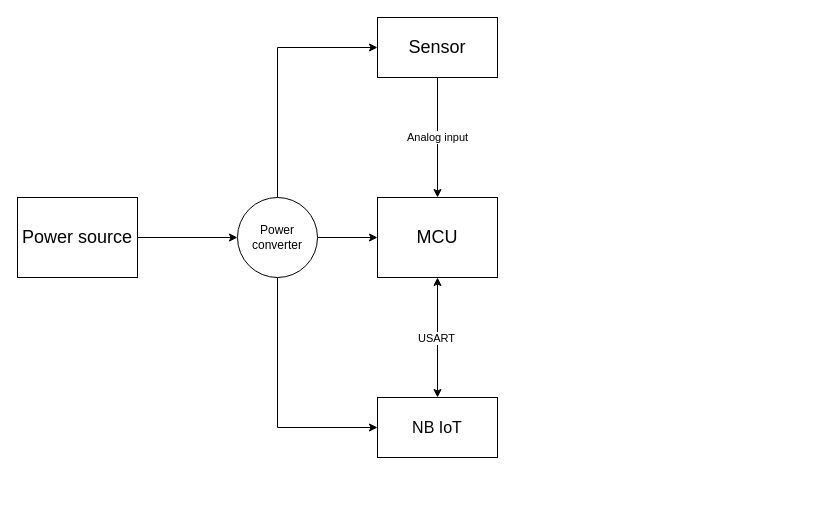
The draw.io diagram Project_overall.drawio in K2ayzz/ForDrawIO, before the edit. Source tidied: cells renumbered, new cells numbered last; positions are measured from the earlier drawing's top-left corner, leaving out a move shared by most shapes. Both pictures are drawn from the tidied source at 100%, with x=0, y=0 at pixel (17, 17).
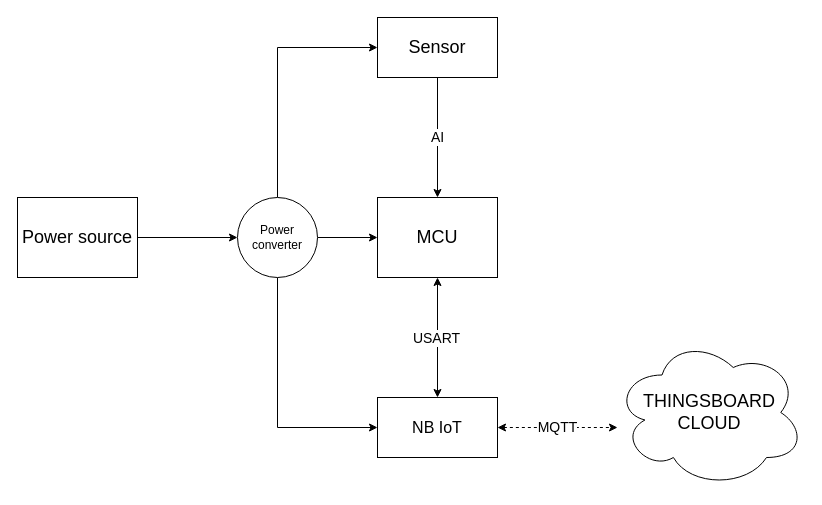
After the change.

Commit message (it also covers changes not shown here):
Cập nhật Project_overall.drawio

Diff of the diagram source:
```diff
@@
 <mxGraphModel>
   <root>
     <mxCell id="0" />
     <mxCell id="1" parent="0" />
     <mxCell id="2" style="edgeStyle=orthogonalEdgeStyle;rounded=0;jettySize=auto;html=1;" parent="1" edge="1" source="3" target="7">
       <mxGeometry relative="1" as="geometry" />
     </mxCell>
     <mxCell id="3" value="&lt;font style=&quot;font-size: 18px;&quot;&gt;Power source&lt;/font&gt;" style="rounded=0;whiteSpace=wrap;html=1;" parent="1" vertex="1">
       <mxGeometry y="180" width="120" height="80" as="geometry" />
     </mxCell>
     <mxCell id="4" style="edgeStyle=orthogonalEdgeStyle;rounded=0;jettySize=auto;html=1;exitX=0.5;exitY=0;exitDx=0;exitDy=0;" parent="1" edge="1" source="7" target="8">
       <mxGeometry relative="1" as="geometry">
         <Array as="points">
           <mxPoint x="260" y="30" />
         </Array>
       </mxGeometry>
     </mxCell>
     <mxCell id="5" style="edgeStyle=orthogonalEdgeStyle;rounded=0;jettySize=auto;html=1;" parent="1" edge="1" source="7" target="9">
       <mxGeometry relative="1" as="geometry" />
     </mxCell>
     <mxCell id="6" style="edgeStyle=orthogonalEdgeStyle;rounded=0;jettySize=auto;html=1;exitX=0.5;exitY=1;exitDx=0;exitDy=0;entryX=0;entryY=0.5;entryDx=0;entryDy=0;" parent="1" edge="1" source="7" target="10">
       <mxGeometry relative="1" as="geometry" />
     </mxCell>
     <mxCell id="7" value="Power converter" style="ellipse;whiteSpace=wrap;html=1;rounded=0;" parent="1" vertex="1">
       <mxGeometry x="220" y="180" width="80" height="80" as="geometry" />
     </mxCell>
     <mxCell id="8" value="&lt;font style=&quot;font-size: 18px;&quot;&gt;Sensor&lt;/font&gt;" style="whiteSpace=wrap;html=1;rounded=0;" parent="1" vertex="1">
       <mxGeometry x="360" width="120" height="60" as="geometry" />
     </mxCell>
     <mxCell id="9" value="&lt;font style=&quot;font-size: 18px;&quot;&gt;MCU&lt;/font&gt;" style="whiteSpace=wrap;html=1;rounded=0;" parent="1" vertex="1">
       <mxGeometry x="360" y="180" width="120" height="80" as="geometry" />
     </mxCell>
     <mxCell id="10" value="&lt;font size=&quot;3&quot;&gt;NB IoT&lt;/font&gt;" style="whiteSpace=wrap;html=1;rounded=0;" parent="1" vertex="1">
       <mxGeometry x="360" y="380" width="120" height="60" as="geometry" />
     </mxCell>
-    <mxCell id="11" value="Analog input" style="edgeStyle=orthogonalEdgeStyle;rounded=0;jettySize=auto;html=1;exitX=0.5;exitY=1;exitDx=0;exitDy=0;entryX=0.5;entryY=0;entryDx=0;entryDy=0;" parent="1" edge="1" source="8" target="9">
+    <mxCell id="11" value="&lt;font style=&quot;font-size: 14px;&quot;&gt;AI&lt;/font&gt;" style="edgeStyle=orthogonalEdgeStyle;rounded=0;jettySize=auto;html=1;exitX=0.5;exitY=1;exitDx=0;exitDy=0;entryX=0.5;entryY=0;entryDx=0;entryDy=0;" parent="1" edge="1" source="8" target="9">
       <mxGeometry relative="1" as="geometry" />
     </mxCell>
     <mxCell id="12" style="endArrow=classic;startArrow=classic;html=1;rounded=0;exitX=0.5;exitY=0;exitDx=0;exitDy=0;entryX=0.5;entryY=1;entryDx=0;entryDy=0;" parent="1" edge="1" source="10" target="9">
       <mxGeometry relative="1" as="geometry" />
     </mxCell>
-    <mxCell id="13" value="USART" style="edgeLabel;html=1;align=center;verticalAlign=middle;" parent="12" vertex="1">
+    <mxCell id="13" value="&lt;font style=&quot;font-size: 14px;&quot;&gt;USART&lt;/font&gt;" style="edgeLabel;html=1;align=center;verticalAlign=middle;" parent="12" vertex="1">
       <mxGeometry y="2" relative="1" as="geometry" />
     </mxCell>
+    <mxCell id="14" value="&lt;font style=&quot;font-size: 14px;&quot;&gt;MQTT&lt;/font&gt;" style="endArrow=classic;startArrow=classic;html=1;rounded=0;dashed=1;exitX=1;exitY=0.5;exitDx=0;exitDy=0;" parent="1" edge="1" source="10">
+      <mxGeometry relative="1" as="geometry">
+        <mxPoint x="600" y="410" as="targetPoint" />
+      </mxGeometry>
+    </mxCell>
+    <mxCell id="15" value="&lt;font style=&quot;font-size: 18px;&quot;&gt;THINGSBOARD&lt;br&gt;CLOUD&lt;/font&gt;" style="ellipse;shape=cloud;whiteSpace=wrap;html=1;rotation=0;" parent="1" vertex="1">
+      <mxGeometry x="597" y="320" width="190" height="150" as="geometry" />
+    </mxCell>
   </root>
 </mxGraphModel>
```
